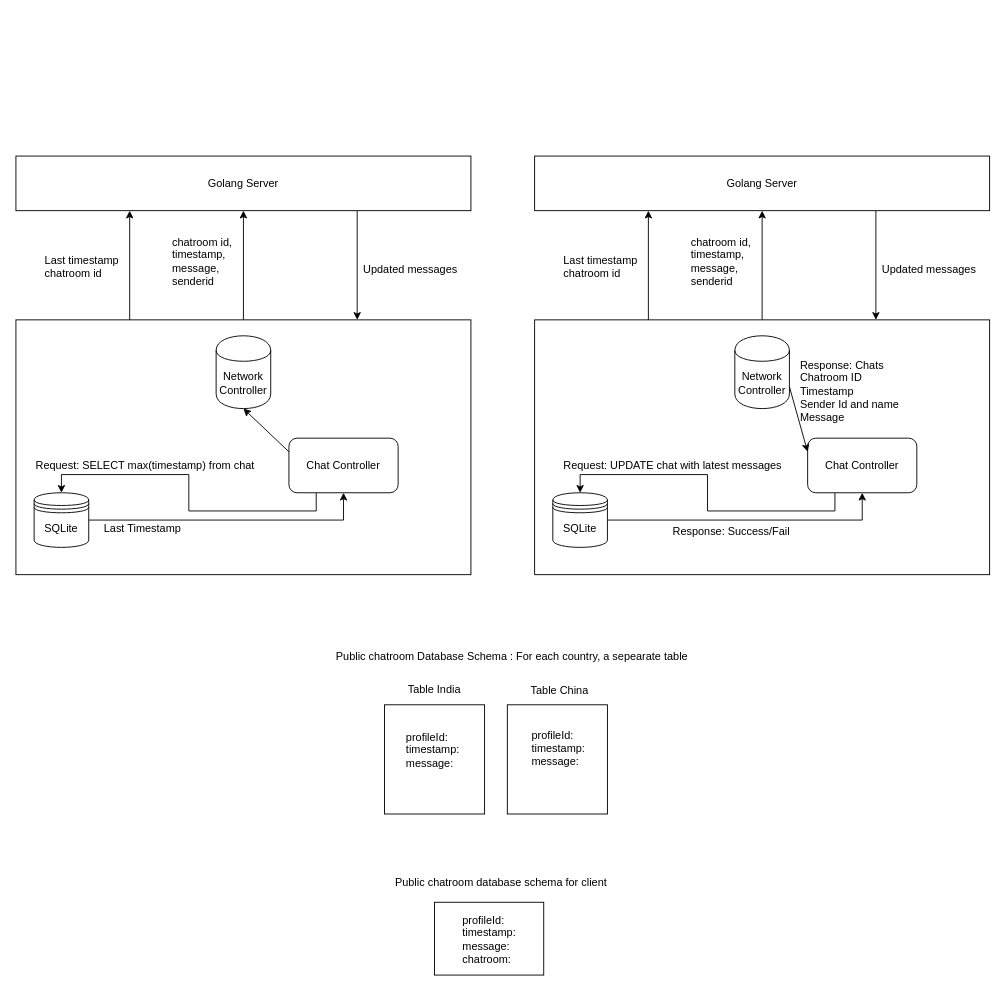
Above: TechUXDiagrams/Chat.drawio in gophrics/glife (draw.io), before the change. Source tidied: cells renumbered, new cells numbered last; positions are measured from the earlier drawing's top-left corner, leaving out a move shared by most shapes. Both pictures are drawn from the tidied source at 91%, with x=0, y=0 at pixel (15, 156).
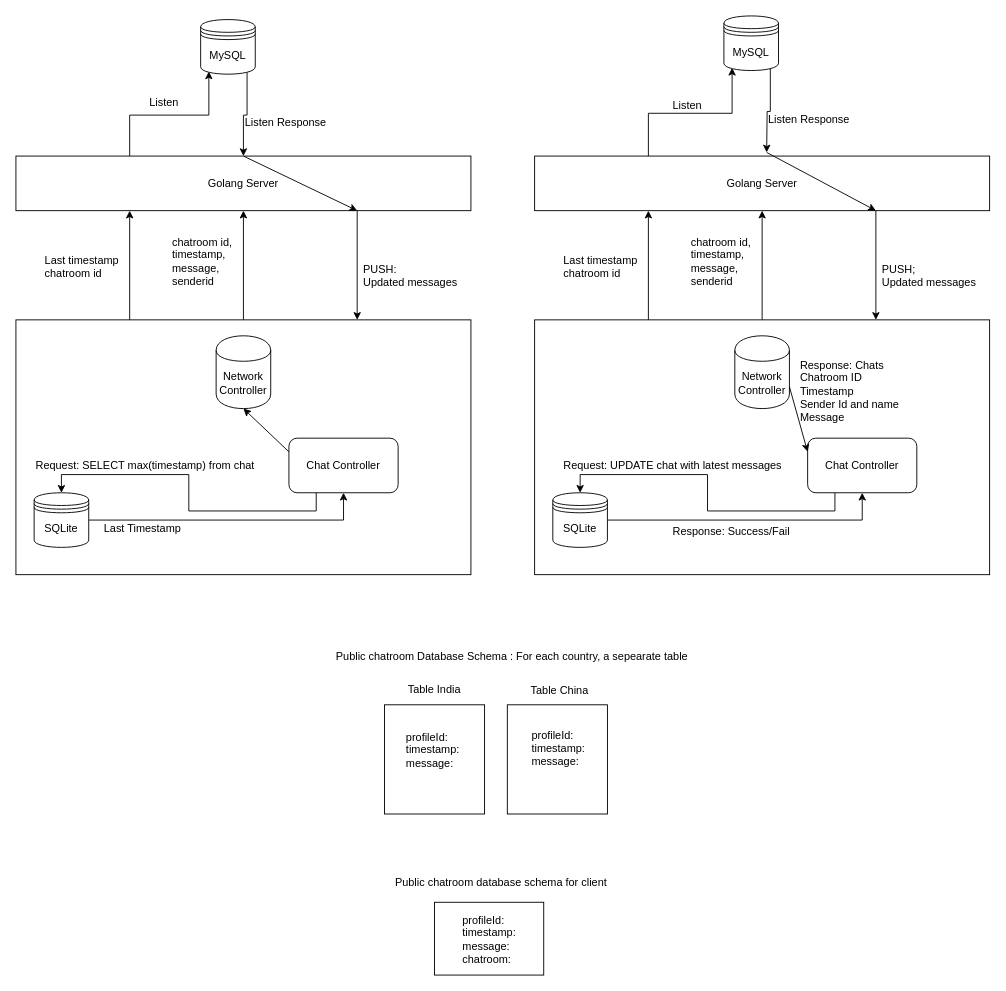
After the change.

Commit message:
Updating chat arch diagram to listen to SQL

The change refers to these unchanged cells:
```xml
<mxCell id="2" value="Golang Server" style="rounded=0;whiteSpace=wrap;html=1;" parent="1" vertex="1">
  <mxGeometry width="500" height="60" as="geometry" />
</mxCell>
<mxCell id="18" value="Golang Server" style="rounded=0;whiteSpace=wrap;html=1;" parent="1" vertex="1">
  <mxGeometry x="570" width="500" height="60" as="geometry" />
</mxCell>
```

What changed in the source:
```diff
@@
+    <mxCell id="45" style="edgeStyle=orthogonalEdgeStyle;rounded=0;jettySize=auto;html=1;exitX=0.25;exitY=0;exitDx=0;exitDy=0;entryX=0.15;entryY=0.95;entryDx=0;entryDy=0;entryPerimeter=0;" parent="1" edge="1" source="2" target="47">
+      <mxGeometry relative="1" as="geometry" />
+    </mxCell>
@@
-    <mxCell id="8" value="Updated messages" style="text;html=1;align=left;verticalAlign=top;spacingTop=-4;" parent="1" vertex="1">
-      <mxGeometry x="380" y="115" width="120" height="20" as="geometry" />
+    <mxCell id="8" value="PUSH:&lt;br&gt;Updated messages" style="text;html=1;align=left;verticalAlign=top;spacingTop=-4;" parent="1" vertex="1">
+      <mxGeometry x="380" y="115" width="120" height="30" as="geometry" />
     </mxCell>
@@
-    <mxCell id="24" value="Updated messages" style="text;html=1;align=left;verticalAlign=top;spacingTop=-4;" parent="1" vertex="1">
-      <mxGeometry x="950" y="115" width="120" height="20" as="geometry" />
+    <mxCell id="24" value="PUSH;&lt;br&gt;Updated messages" style="text;html=1;align=left;verticalAlign=top;spacingTop=-4;" parent="1" vertex="1">
+      <mxGeometry x="950" y="115" width="120" height="30" as="geometry" />
     </mxCell>
@@
+    <mxCell id="46" style="edgeStyle=orthogonalEdgeStyle;rounded=0;jettySize=auto;html=1;exitX=0.85;exitY=0.95;exitDx=0;exitDy=0;exitPerimeter=0;" parent="1" edge="1" source="47" target="2">
+      <mxGeometry relative="1" as="geometry" />
+    </mxCell>
+    <mxCell id="47" value="MySQL" style="shape=datastore;whiteSpace=wrap;html=1;" parent="1" vertex="1">
+      <mxGeometry x="203" y="-150" width="60" height="60" as="geometry" />
+    </mxCell>
+    <mxCell id="48" value="Listen" style="text;html=1;align=left;verticalAlign=top;spacingTop=-4;" parent="1" vertex="1">
+      <mxGeometry x="145" y="-69" width="50" height="20" as="geometry" />
+    </mxCell>
+    <mxCell id="49" value="Listen Response" style="text;html=1;align=left;verticalAlign=top;spacingTop=-4;" parent="1" vertex="1">
+      <mxGeometry x="250" y="-46" width="100" height="20" as="geometry" />
+    </mxCell>
+    <mxCell id="50" style="endArrow=classic;html=1;entryX=0.75;entryY=1;entryDx=0;entryDy=0;exitX=0.5;exitY=0;exitDx=0;exitDy=0;" parent="1" edge="1" source="2" target="2">
+      <mxGeometry relative="1" as="geometry" />
+    </mxCell>
+    <mxCell id="51" style="edgeStyle=orthogonalEdgeStyle;rounded=0;jettySize=auto;html=1;entryX=0.15;entryY=0.95;entryDx=0;entryDy=0;entryPerimeter=0;exitX=0.25;exitY=0;exitDx=0;exitDy=0;" parent="1" edge="1" source="18" target="53">
+      <mxGeometry relative="1" as="geometry" />
+    </mxCell>
+    <mxCell id="52" style="edgeStyle=orthogonalEdgeStyle;rounded=0;jettySize=auto;html=1;exitX=0.85;exitY=0.95;exitDx=0;exitDy=0;exitPerimeter=0;" parent="1" edge="1" source="53">
+      <mxGeometry relative="1" as="geometry">
+        <mxPoint x="825" y="-4" as="targetPoint" />
+      </mxGeometry>
+    </mxCell>
+    <mxCell id="53" value="MySQL" style="shape=datastore;whiteSpace=wrap;html=1;" parent="1" vertex="1">
+      <mxGeometry x="778" y="-154" width="60" height="60" as="geometry" />
+    </mxCell>
+    <mxCell id="54" value="Listen" style="text;html=1;align=left;verticalAlign=top;spacingTop=-4;" parent="1" vertex="1">
+      <mxGeometry x="720" y="-65" width="50" height="20" as="geometry" />
+    </mxCell>
+    <mxCell id="55" value="Listen Response" style="text;html=1;align=left;verticalAlign=top;spacingTop=-4;" parent="1" vertex="1">
+      <mxGeometry x="825" y="-50" width="100" height="20" as="geometry" />
+    </mxCell>
+    <mxCell id="56" style="endArrow=classic;html=1;entryX=0.75;entryY=1;entryDx=0;entryDy=0;exitX=0.5;exitY=0;exitDx=0;exitDy=0;" parent="1" edge="1" target="18">
+      <mxGeometry relative="1" as="geometry">
+        <mxPoint x="825" y="-4" as="sourcePoint" />
+      </mxGeometry>
+    </mxCell>
```
